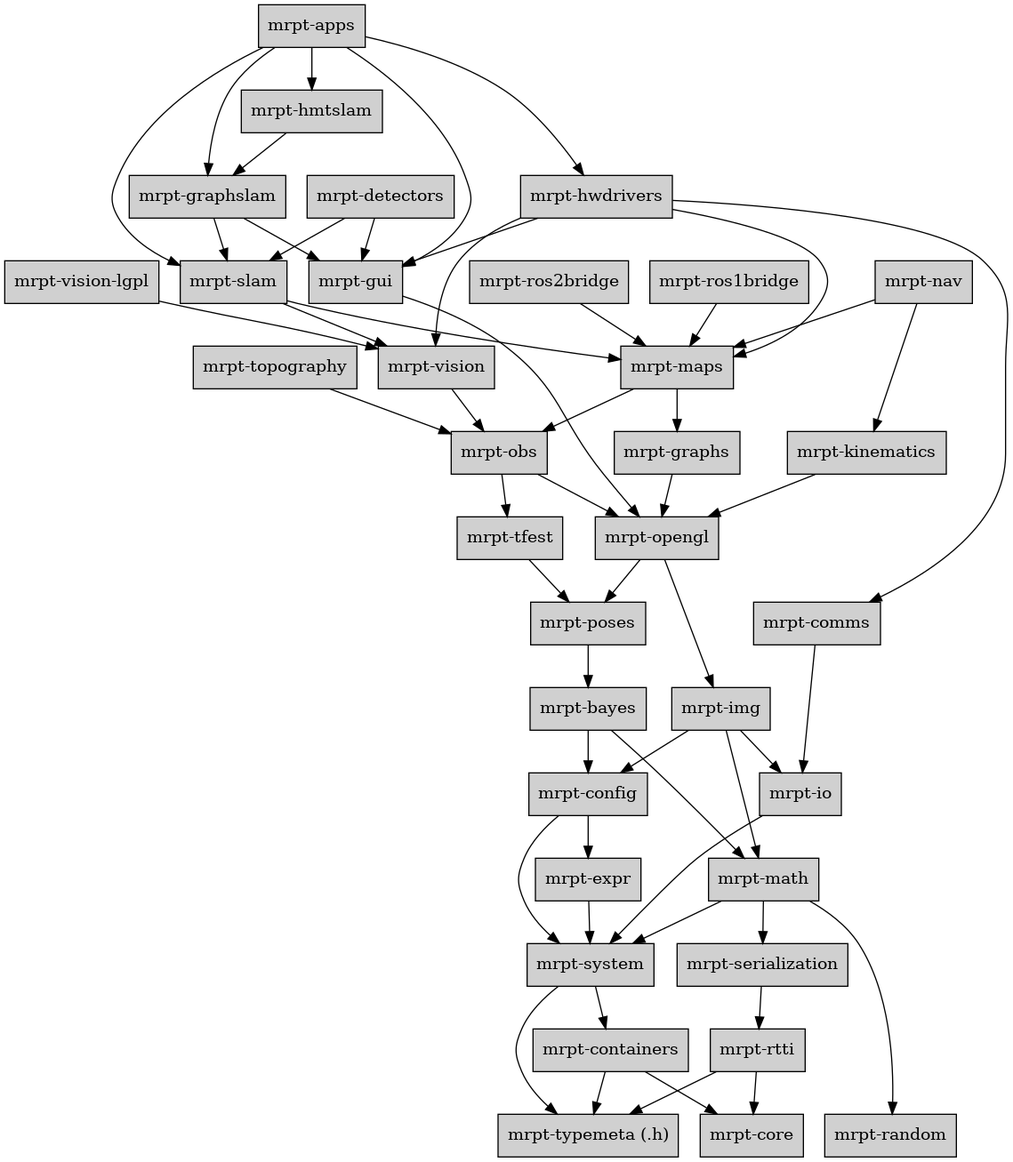
The Graphviz diagram doc/source/images/graph_mrpt_libs.png in MRPT/mrpt, before a commit. Its source is kept beside it as doc/source/images/graph_mrpt_libs.dot.
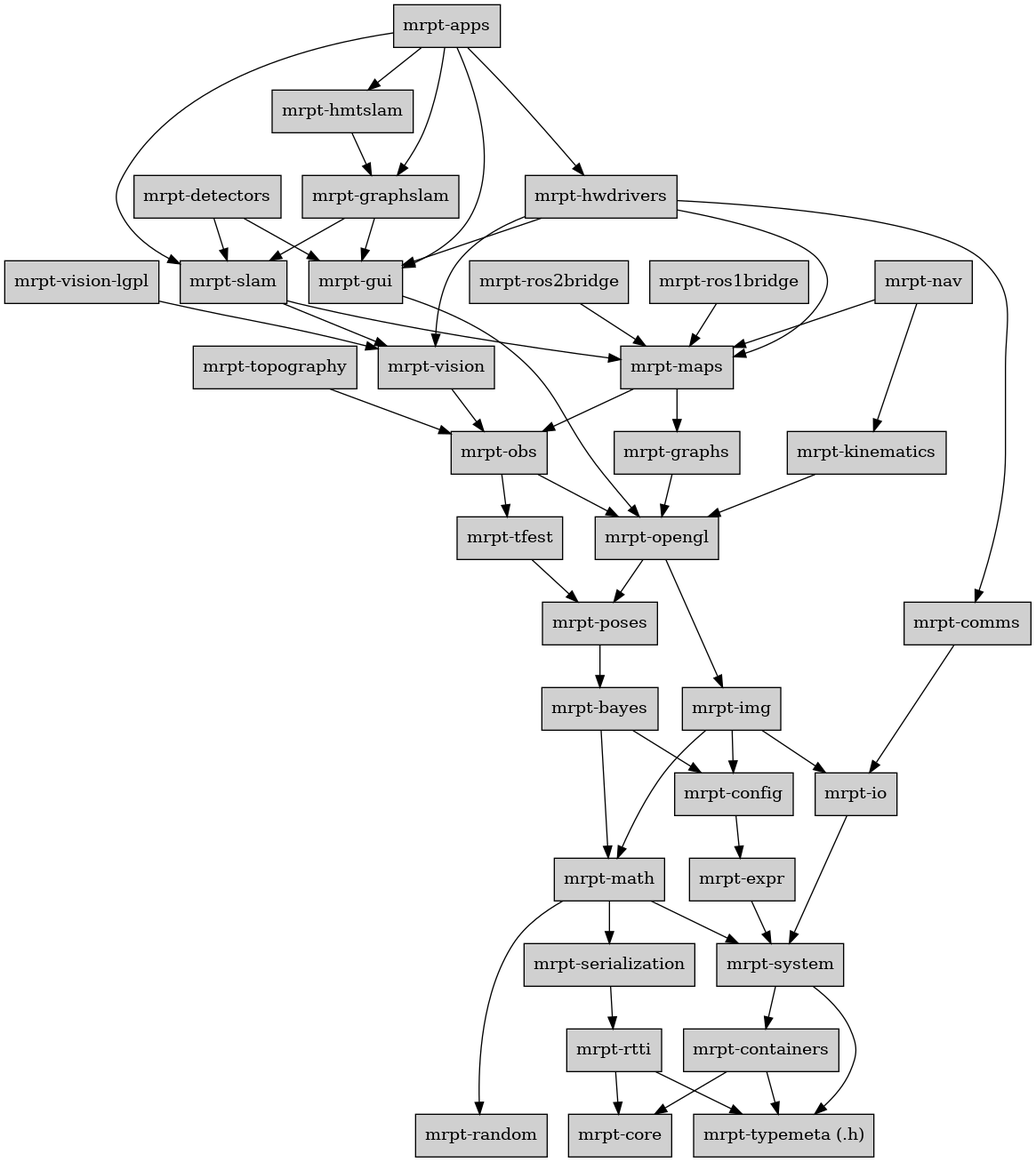
Later version of the same file.

What changed in the source:
```diff
@@ -18,7 +18,6 @@
 
 	config   [label="mrpt-config",URL="group_mrpt_config_grp.html"];
 	config -> expr;
-	config -> system;
 
 	containers  [label="mrpt-containers",URL="group_mrpt_containers_grp.html"];
 	containers -> core;
```
